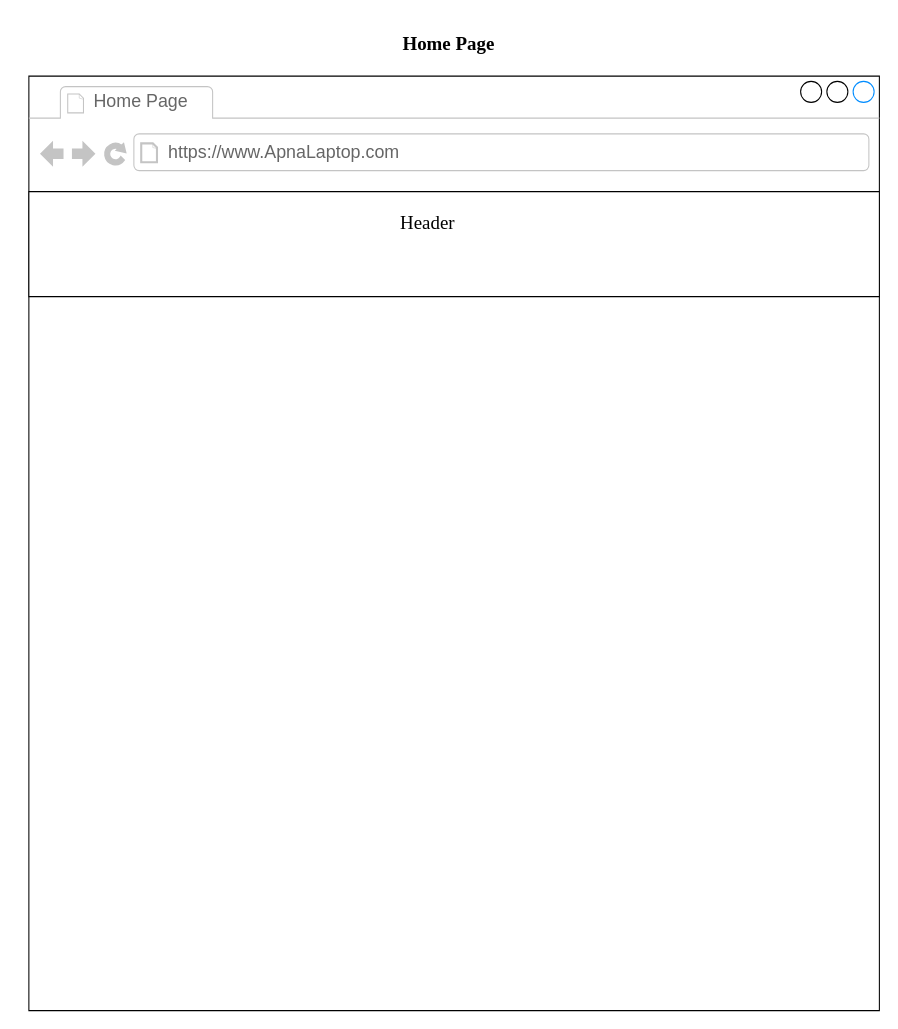
Hamza8479/Wireframe keeps this draw.io diagram as HomePage.drawio. Above is the earlier version. Source tidied: cells renumbered, new cells numbered last; positions are measured from the earlier drawing's top-left corner, leaving out a move shared by most shapes. Both pictures are drawn from the tidied source at 105%, with x=0, y=0 at pixel (28, 34).
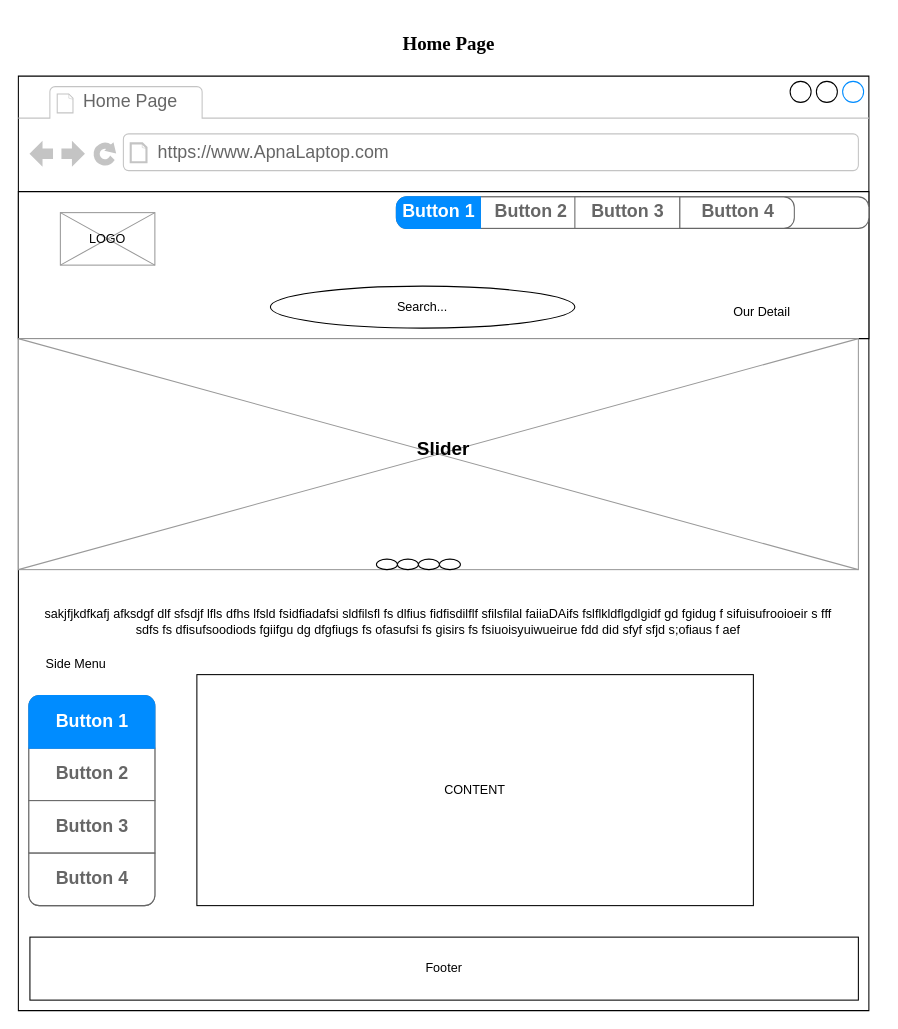
Above is the later version.

The edit, as a diff of the source:
```diff
@@
     <mxCell id="2" style="strokeWidth=1;shadow=0;dashed=0;align=center;html=1;shape=mxgraph.mockup.containers.browserWindow;rSize=0;strokeColor2=#008cff;strokeColor3=#c4c4c4;mainText=,;" parent="1" vertex="1">
-      <mxGeometry y="40" width="810" height="890" as="geometry" />
+      <mxGeometry x="-10" y="40" width="810" height="890" as="geometry" />
     </mxCell>
@@
     <mxCell id="5" style="verticalLabelPosition=bottom;verticalAlign=top;html=1;shape=mxgraph.basic.rect;fillColor2=none;strokeWidth=1;size=20;indent=5;fontFamily=Times New Roman;fontSize=18;" parent="2" vertex="1">
-      <mxGeometry y="110" width="810" height="100" as="geometry" />
+      <mxGeometry y="110" width="810" height="140" as="geometry" />
     </mxCell>
-    <mxCell id="6" value="Header" style="text;html=1;strokeColor=none;fillColor=none;align=center;verticalAlign=middle;whiteSpace=wrap;rounded=0;fontFamily=Times New Roman;fontSize=18;" parent="2" vertex="1">
-      <mxGeometry x="320" y="130" width="120" height="20" as="geometry" />
-    </mxCell>
+    <mxCell id="8" style="verticalLabelPosition=bottom;shadow=0;dashed=0;align=center;html=1;verticalAlign=top;strokeWidth=1;shape=mxgraph.mockup.graphics.simpleIcon;strokeColor=#999999;" parent="2" vertex="1">
+      <mxGeometry x="40" y="130" width="90" height="50" as="geometry" />
+    </mxCell>
+    <mxCell id="9" value="LOGO" style="text;html=1;strokeColor=none;fillColor=none;align=center;verticalAlign=middle;whiteSpace=wrap;rounded=0;" parent="2" vertex="1">
+      <mxGeometry x="55" y="145" width="60" height="20" as="geometry" />
+    </mxCell>
+    <mxCell id="10" style="verticalLabelPosition=bottom;shadow=0;dashed=0;align=center;html=1;verticalAlign=top;strokeWidth=1;shape=mxgraph.mockup.graphics.simpleIcon;strokeColor=#999999;" parent="2" vertex="1">
+      <mxGeometry y="250" width="800" height="220" as="geometry" />
+    </mxCell>
+    <mxCell id="11" value="&lt;font style=&quot;font-size: 18px&quot;&gt;&lt;b&gt;Slider&lt;/b&gt;&lt;/font&gt;" style="text;html=1;strokeColor=none;fillColor=none;align=center;verticalAlign=middle;whiteSpace=wrap;rounded=0;" parent="2" vertex="1">
+      <mxGeometry x="355" y="340" width="100" height="30" as="geometry" />
+    </mxCell>
+    <mxCell id="12" style="ellipse;whiteSpace=wrap;html=1;" parent="2" vertex="1">
+      <mxGeometry x="401" y="460" width="20" height="10" as="geometry" />
+    </mxCell>
+    <mxCell id="13" style="ellipse;whiteSpace=wrap;html=1;" parent="2" vertex="1">
+      <mxGeometry x="381" y="460" width="20" height="10" as="geometry" />
+    </mxCell>
+    <mxCell id="14" style="ellipse;whiteSpace=wrap;html=1;" parent="2" vertex="1">
+      <mxGeometry x="361" y="460" width="20" height="10" as="geometry" />
+    </mxCell>
+    <mxCell id="15" style="ellipse;whiteSpace=wrap;html=1;" parent="2" vertex="1">
+      <mxGeometry x="341" y="460" width="20" height="10" as="geometry" />
+    </mxCell>
+    <mxCell id="16" style="edgeStyle=orthogonalEdgeStyle;rounded=0;jettySize=auto;html=1;exitX=0.5;exitY=1;exitDx=0;exitDy=0;" parent="2" edge="1" source="15" target="10">
+      <mxGeometry relative="1" as="geometry">
+        <Array as="points">
+          <mxPoint x="410" y="450" />
+          <mxPoint x="410" y="450" />
+        </Array>
+      </mxGeometry>
+    </mxCell>
+    <mxCell id="17" value="Search..." style="ellipse;whiteSpace=wrap;html=1;" parent="2" vertex="1">
+      <mxGeometry x="240" y="200" width="290" height="40" as="geometry" />
+    </mxCell>
+    <mxCell id="18" value="Our Detail&amp;nbsp;" style="text;html=1;strokeColor=none;fillColor=none;align=center;verticalAlign=middle;whiteSpace=wrap;rounded=0;" parent="2" vertex="1">
+      <mxGeometry x="620" y="210" width="180" height="30" as="geometry" />
+    </mxCell>
+    <mxCell id="19" style="strokeWidth=1;shadow=0;dashed=0;align=center;html=1;shape=mxgraph.mockup.rrect;rSize=10;fillColor=#ffffff;strokeColor=#666666;" parent="2" vertex="1">
+      <mxGeometry x="360" y="115" width="450" height="30" as="geometry" />
+    </mxCell>
+    <mxCell id="20" value="Button 2" style="strokeColor=inherit;fillColor=inherit;gradientColor=inherit;strokeWidth=1;shadow=0;dashed=0;align=center;html=1;shape=mxgraph.mockup.rrect;rSize=0;fontSize=17;fontColor=#666666;fontStyle=1;" parent="19" vertex="1">
+      <mxGeometry width="95" height="30" relative="1" as="geometry">
+        <mxPoint x="80" as="offset" />
+      </mxGeometry>
+    </mxCell>
+    <mxCell id="21" value="Button 3" style="strokeColor=inherit;fillColor=inherit;gradientColor=inherit;strokeWidth=1;shadow=0;dashed=0;align=center;html=1;shape=mxgraph.mockup.rrect;rSize=0;fontSize=17;fontColor=#666666;fontStyle=1;" parent="19" vertex="1">
+      <mxGeometry width="100" height="30" relative="1" as="geometry">
+        <mxPoint x="170" as="offset" />
+      </mxGeometry>
+    </mxCell>
+    <mxCell id="22" value="Button 4" style="strokeColor=inherit;fillColor=inherit;gradientColor=inherit;strokeWidth=1;shadow=0;dashed=0;align=center;html=1;shape=mxgraph.mockup.rightButton;rSize=10;fontSize=17;fontColor=#666666;fontStyle=1;" parent="19" vertex="1">
+      <mxGeometry x="1" width="109" height="30" relative="1" as="geometry">
+        <mxPoint x="-180" as="offset" />
+      </mxGeometry>
+    </mxCell>
+    <mxCell id="23" value="Button 1" style="strokeWidth=1;shadow=0;dashed=0;align=center;html=1;shape=mxgraph.mockup.leftButton;rSize=10;fontSize=17;fontColor=#ffffff;fontStyle=1;fillColor=#008cff;strokeColor=#008cff;" parent="19" vertex="1">
+      <mxGeometry width="80" height="30" relative="1" as="geometry" />
+    </mxCell>
+    <mxCell id="24" value="sakjfjkdfkafj afksdgf dlf sfsdjf lfls dfhs lfsld fsidfiadafsi sldfilsfl fs dlfius fidfisdilflf sfilsfilal faiiaDAifs fslflkldflgdlgidf gd fgidug f sifuisufrooioeir s fff sdfs fs dfisufsoodiods fgiifgu dg dfgfiugs fs ofasufsi fs gisirs fs fsiuoisyuiwueirue fdd did sfyf sfjd s;ofiaus f aef" style="text;html=1;strokeColor=none;fillColor=none;align=center;verticalAlign=middle;whiteSpace=wrap;rounded=0;" parent="2" vertex="1">
+      <mxGeometry x="15" y="490" width="770" height="60" as="geometry" />
+    </mxCell>
+    <mxCell id="25" value="CONTENT" style="rounded=0;whiteSpace=wrap;html=1;" parent="2" vertex="1">
+      <mxGeometry x="170" y="570" width="530" height="220" as="geometry" />
+    </mxCell>
+    <mxCell id="26" style="strokeWidth=1;shadow=0;dashed=0;align=center;html=1;shape=mxgraph.mockup.rrect;rSize=10;strokeColor=#666666;" parent="2" vertex="1">
+      <mxGeometry x="10" y="590" width="120" height="200" as="geometry" />
+    </mxCell>
+    <mxCell id="27" value="Button 2" style="strokeColor=inherit;fillColor=inherit;gradientColor=inherit;strokeWidth=1;shadow=0;dashed=0;align=center;html=1;shape=mxgraph.mockup.rrect;rSize=0;fontSize=17;fontColor=#666666;fontStyle=1;" parent="26" vertex="1">
+      <mxGeometry width="120" height="50" relative="1" as="geometry">
+        <mxPoint y="50" as="offset" />
+      </mxGeometry>
+    </mxCell>
+    <mxCell id="28" value="Button 3" style="strokeColor=inherit;fillColor=inherit;gradientColor=inherit;strokeWidth=1;shadow=0;dashed=0;align=center;html=1;shape=mxgraph.mockup.rrect;rSize=0;fontSize=17;fontColor=#666666;fontStyle=1;" parent="26" vertex="1">
+      <mxGeometry width="120" height="50" relative="1" as="geometry">
+        <mxPoint y="100" as="offset" />
+      </mxGeometry>
+    </mxCell>
+    <mxCell id="29" value="Button 4" style="strokeColor=inherit;fillColor=inherit;gradientColor=inherit;strokeWidth=1;shadow=0;dashed=0;align=center;html=1;shape=mxgraph.mockup.bottomButton;rSize=10;fontSize=17;fontColor=#666666;fontStyle=1;" parent="26" vertex="1">
+      <mxGeometry y="1" width="120" height="50" relative="1" as="geometry">
+        <mxPoint y="-50" as="offset" />
+      </mxGeometry>
+    </mxCell>
+    <mxCell id="30" value="Button 1" style="strokeWidth=1;shadow=0;dashed=0;align=center;html=1;shape=mxgraph.mockup.topButton;rSize=10;fontSize=17;fontColor=#ffffff;fontStyle=1;fillColor=#008cff;strokeColor=#008cff;" parent="26" vertex="1">
+      <mxGeometry width="120" height="50" relative="1" as="geometry" />
+    </mxCell>
+    <mxCell id="31" value="Side Menu" style="text;html=1;strokeColor=none;fillColor=none;align=center;verticalAlign=middle;whiteSpace=wrap;rounded=0;" parent="2" vertex="1">
+      <mxGeometry x="15" y="550" width="80" height="20" as="geometry" />
+    </mxCell>
+    <mxCell id="32" value="Footer" style="rounded=0;whiteSpace=wrap;html=1;" parent="2" vertex="1">
+      <mxGeometry x="11" y="820" width="789" height="60" as="geometry" />
+    </mxCell>
```
